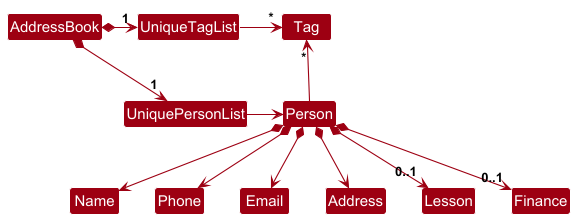
Earlier version of the PlantUML export docs/images/BetterModelClassDiagram.png (AY2526S1-CS2103T-T14-1/tp). Source of this version:
```plantuml
@startuml
!include style.puml
skinparam arrowThickness 1.1
skinparam arrowColor MODEL_COLOR
skinparam classBackgroundColor MODEL_COLOR

AddressBook *-right-> "1" UniquePersonList
AddressBook *-right-> "1" UniqueTagList
UniqueTagList -[hidden]down- UniquePersonList
UniqueTagList -[hidden]down- UniquePersonList

UniqueTagList -right-> "*" Tag
UniquePersonList -right-> Person

Person -up-> "*" Tag

Person *--> Name
Person *--> Phone
Person *--> Email
Person *--> Address
Person *--> "0..1" Lesson
Person *--> "0..1" Finance
@enduml
```
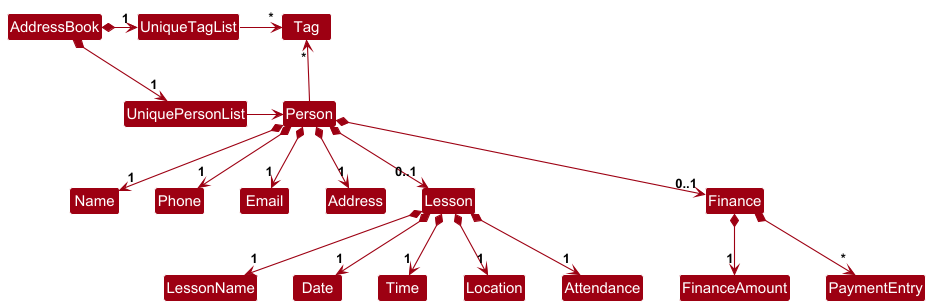
Later version of the same file.

The edit, as a diff of the source:
```diff
@@ -14,10 +14,19 @@
 
 Person -up-> "*" Tag
 
-Person *--> Name
-Person *--> Phone
-Person *--> Email
-Person *--> Address
+Person *--> "1" Name
+Person *--> "1" Phone
+Person *--> "1" Email
+Person *--> "1" Address
 Person *--> "0..1" Lesson
 Person *--> "0..1" Finance
+
+Lesson *--> "1" LessonName
+Lesson *--> "1" Date
+Lesson *--> "1" Time
+Lesson *--> "1" Location
+Lesson *--> "1" Attendance
+
+Finance *--> "1" FinanceAmount
+Finance *--> "*" PaymentEntry
 @enduml
```
